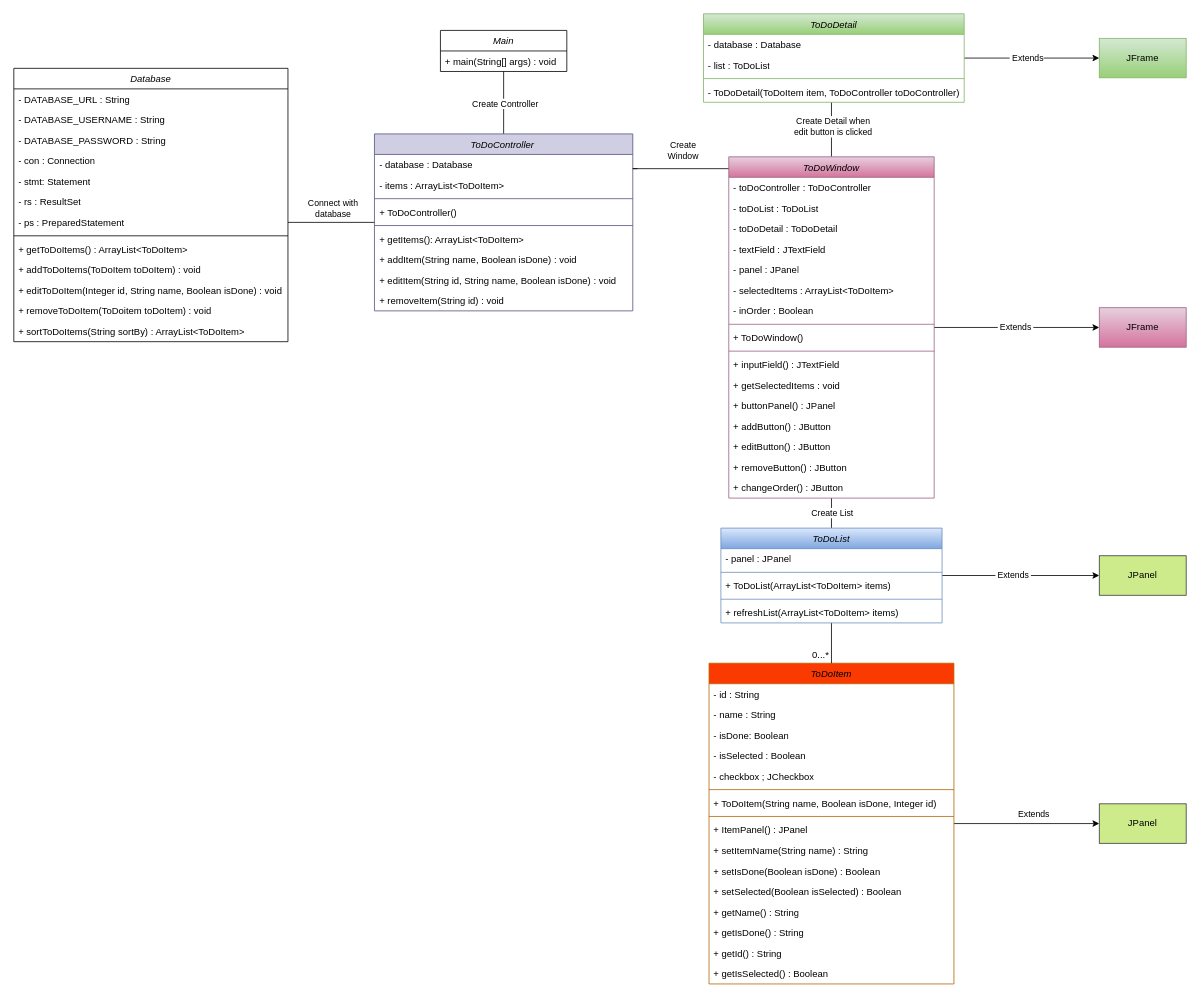
This is src/main/resources/ToDoListJava_V3.drawio from Chrinsieboy/ToDoListJavav2, a draw.io file, before an edit. Source tidied: cells renumbered, new cells numbered last; positions are measured from the earlier drawing's top-left corner, leaving out a move shared by most shapes. Both pictures are drawn from the tidied source at 79%, with x=0, y=0 at pixel (13, 13).
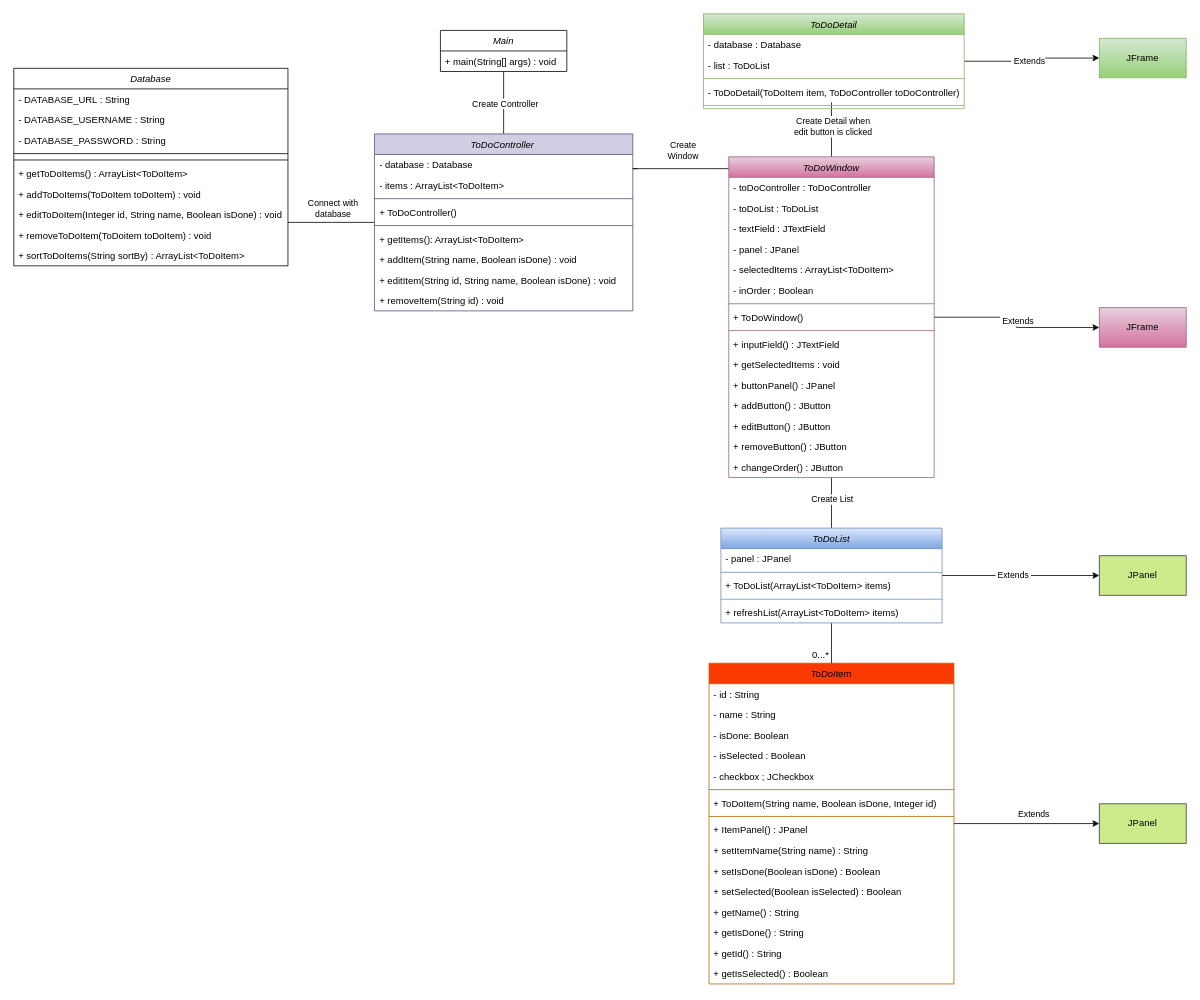
Above is the later version.

Unchanged cells that the change refers to:
```xml
<mxCell id="8" value="&lt;span style=&quot;font-weight: normal;&quot;&gt;&lt;i&gt;ToDoController&amp;nbsp;&lt;/i&gt;&lt;/span&gt;" style="swimlane;fontStyle=1;align=center;verticalAlign=top;horizontal=1;startSize=26;whiteSpace=wrap;html=1;swimlaneFillColor=none;fillStyle=auto;fillColor=#d0cee2;strokeColor=#56517e;" parent="1" vertex="1">
  <mxGeometry x="456.5" y="152" width="327" height="224" as="geometry" />
</mxCell>
```

Diff of the diagram source:
```diff
@@
-    <mxCell id="6" style="edgeStyle=orthogonalEdgeStyle;rounded=0;jettySize=auto;html=1;entryX=1;entryY=0.5;entryDx=0;entryDy=0;endArrow=none;endFill=0;" parent="1" edge="1" source="8" target="44">
-      <mxGeometry relative="1" as="geometry" />
+    <mxCell id="6" style="edgeStyle=orthogonalEdgeStyle;rounded=0;jettySize=auto;html=1;entryX=1;entryY=0.5;entryDx=0;entryDy=0;endArrow=none;endFill=0;" parent="1" edge="1" source="8">
+      <mxGeometry relative="1" as="geometry">
+        <mxPoint x="347" y="264" as="targetPoint" />
+      </mxGeometry>
     </mxCell>
@@
     <mxCell id="37" value="&lt;span style=&quot;font-weight: normal;&quot;&gt;&lt;i&gt;Database&lt;/i&gt;&lt;/span&gt;" style="swimlane;fontStyle=1;align=center;verticalAlign=top;horizontal=1;startSize=26;whiteSpace=wrap;html=1;" parent="1" vertex="1">
-      <mxGeometry y="69" width="347" height="346" as="geometry" />
+      <mxGeometry y="69" width="347" height="250" as="geometry" />
     </mxCell>
@@
-    <mxCell id="41" value="- con : Connection" style="text;strokeColor=none;fillColor=none;align=left;verticalAlign=top;spacingLeft=4;spacingRight=4;overflow=hidden;whiteSpace=wrap;html=1;" parent="37" vertex="1">
-      <mxGeometry y="104" width="347" height="26" as="geometry" />
-    </mxCell>
-    <mxCell id="42" value="- stmt: Statement" style="text;strokeColor=none;fillColor=none;align=left;verticalAlign=top;spacingLeft=4;spacingRight=4;overflow=hidden;whiteSpace=wrap;html=1;" parent="37" vertex="1">
-      <mxGeometry y="130" width="347" height="26" as="geometry" />
-    </mxCell>
-    <mxCell id="43" value="- rs : ResultSet" style="text;strokeColor=none;fillColor=none;align=left;verticalAlign=top;spacingLeft=4;spacingRight=4;overflow=hidden;whiteSpace=wrap;html=1;" parent="37" vertex="1">
-      <mxGeometry y="156" width="347" height="26" as="geometry" />
-    </mxCell>
-    <mxCell id="44" value="- ps : PreparedStatement" style="text;strokeColor=none;fillColor=none;align=left;verticalAlign=top;spacingLeft=4;spacingRight=4;overflow=hidden;points=[[0,0.5],[1,0.5]];portConstraint=eastwest;whiteSpace=wrap;html=1;" parent="37" vertex="1">
-      <mxGeometry y="182" width="347" height="26" as="geometry" />
-    </mxCell>
     <mxCell id="45" style="line;strokeWidth=1;fillColor=none;align=left;verticalAlign=middle;spacingTop=-1;spacingLeft=3;spacingRight=3;labelPosition=right;strokeColor=inherit;" parent="37" vertex="1">
-      <mxGeometry y="208" width="347" height="8" as="geometry" />
+      <mxGeometry y="104" width="347" height="8" as="geometry" />
     </mxCell>
+    <mxCell id="98" style="line;strokeWidth=1;fillColor=none;align=left;verticalAlign=middle;spacingTop=-1;spacingLeft=3;spacingRight=3;labelPosition=right;strokeColor=inherit;" parent="37" vertex="1">
+      <mxGeometry y="112" width="347" height="8" as="geometry" />
+    </mxCell>
     <mxCell id="46" value="+&amp;nbsp;getToDoItems() : ArrayList&amp;lt;ToDoItem&amp;gt;" style="text;strokeColor=none;fillColor=none;align=left;verticalAlign=top;spacingLeft=4;spacingRight=4;overflow=hidden;whiteSpace=wrap;html=1;" parent="37" vertex="1">
-      <mxGeometry y="216" width="347" height="26" as="geometry" />
+      <mxGeometry y="120" width="347" height="26" as="geometry" />
     </mxCell>
     <mxCell id="47" value="+&amp;nbsp;addToDoItems(ToDoItem toDoItem) : void" style="text;strokeColor=none;fillColor=none;align=left;verticalAlign=top;spacingLeft=4;spacingRight=4;overflow=hidden;whiteSpace=wrap;html=1;" parent="37" vertex="1">
-      <mxGeometry y="242" width="347" height="26" as="geometry" />
+      <mxGeometry y="146" width="347" height="26" as="geometry" />
     </mxCell>
     <mxCell id="48" value="+&amp;nbsp;editToDoItem(Integer id, String name, Boolean isDone) : void" style="text;strokeColor=none;fillColor=none;align=left;verticalAlign=top;spacingLeft=4;spacingRight=4;overflow=hidden;whiteSpace=wrap;html=1;" parent="37" vertex="1">
-      <mxGeometry y="268" width="347" height="26" as="geometry" />
+      <mxGeometry y="172" width="347" height="26" as="geometry" />
     </mxCell>
     <mxCell id="49" value="+&amp;nbsp;removeToDoItem(ToDoitem toDoItem) : void" style="text;strokeColor=none;fillColor=none;align=left;verticalAlign=top;spacingLeft=4;spacingRight=4;overflow=hidden;whiteSpace=wrap;html=1;" parent="37" vertex="1">
-      <mxGeometry y="294" width="347" height="26" as="geometry" />
+      <mxGeometry y="198" width="347" height="26" as="geometry" />
     </mxCell>
     <mxCell id="50" value="+&amp;nbsp;sortToDoItems(String sortBy) : ArrayList&amp;lt;ToDoItem&amp;gt;" style="text;strokeColor=none;fillColor=none;align=left;verticalAlign=top;spacingLeft=4;spacingRight=4;overflow=hidden;whiteSpace=wrap;html=1;" parent="37" vertex="1">
-      <mxGeometry y="320" width="347" height="26" as="geometry" />
+      <mxGeometry y="224" width="347" height="26" as="geometry" />
     </mxCell>
@@
     <mxCell id="59" value="&lt;span style=&quot;font-weight: normal;&quot;&gt;&lt;i&gt;ToDoWindow&lt;/i&gt;&lt;/span&gt;" style="swimlane;fontStyle=1;align=center;verticalAlign=top;horizontal=1;startSize=26;whiteSpace=wrap;html=1;fillColor=#e6d0de;gradientColor=#d5739d;strokeColor=#996185;" parent="1" vertex="1">
-      <mxGeometry x="905" y="181" width="260" height="432" as="geometry" />
+      <mxGeometry x="905" y="181" width="260" height="406" as="geometry" />
     </mxCell>
@@
-    <mxCell id="62" value="- toDoDetail : ToDoDetail" style="text;strokeColor=none;fillColor=none;align=left;verticalAlign=top;spacingLeft=4;spacingRight=4;overflow=hidden;whiteSpace=wrap;html=1;" parent="59" vertex="1">
-      <mxGeometry y="78" width="260" height="26" as="geometry" />
-    </mxCell>
     <mxCell id="63" value="- textField : JTextField" style="text;strokeColor=none;fillColor=none;align=left;verticalAlign=top;spacingLeft=4;spacingRight=4;overflow=hidden;whiteSpace=wrap;html=1;" parent="59" vertex="1">
-      <mxGeometry y="104" width="260" height="26" as="geometry" />
+      <mxGeometry y="78" width="260" height="26" as="geometry" />
     </mxCell>
     <mxCell id="64" value="- panel : JPanel" style="text;strokeColor=none;fillColor=none;align=left;verticalAlign=top;spacingLeft=4;spacingRight=4;overflow=hidden;whiteSpace=wrap;html=1;" parent="59" vertex="1">
-      <mxGeometry y="130" width="260" height="26" as="geometry" />
+      <mxGeometry y="104" width="260" height="26" as="geometry" />
     </mxCell>
     <mxCell id="65" value="- selectedItems : ArrayList&amp;lt;ToDoItem&amp;gt;" style="text;strokeColor=none;fillColor=none;align=left;verticalAlign=top;spacingLeft=4;spacingRight=4;overflow=hidden;whiteSpace=wrap;html=1;" parent="59" vertex="1">
-      <mxGeometry y="156" width="260" height="26" as="geometry" />
+      <mxGeometry y="130" width="260" height="26" as="geometry" />
     </mxCell>
     <mxCell id="66" value="- inOrder : Boolean" style="text;strokeColor=none;fillColor=none;align=left;verticalAlign=top;spacingLeft=4;spacingRight=4;overflow=hidden;whiteSpace=wrap;html=1;" parent="59" vertex="1">
-      <mxGeometry y="182" width="260" height="26" as="geometry" />
+      <mxGeometry y="156" width="260" height="26" as="geometry" />
     </mxCell>
     <mxCell id="67" style="line;strokeWidth=1;fillColor=none;align=left;verticalAlign=middle;spacingTop=-1;spacingLeft=3;spacingRight=3;labelPosition=right;strokeColor=inherit;" parent="59" vertex="1">
-      <mxGeometry y="208" width="260" height="8" as="geometry" />
+      <mxGeometry y="182" width="260" height="8" as="geometry" />
     </mxCell>
     <mxCell id="68" value="+ ToDoWindow()" style="text;strokeColor=none;fillColor=none;align=left;verticalAlign=top;spacingLeft=4;spacingRight=4;overflow=hidden;whiteSpace=wrap;html=1;" parent="59" vertex="1">
-      <mxGeometry y="216" width="260" height="26" as="geometry" />
+      <mxGeometry y="190" width="260" height="26" as="geometry" />
     </mxCell>
     <mxCell id="69" style="line;strokeWidth=1;fillColor=none;align=left;verticalAlign=middle;spacingTop=-1;spacingLeft=3;spacingRight=3;labelPosition=right;strokeColor=inherit;" parent="59" vertex="1">
-      <mxGeometry y="242" width="260" height="8" as="geometry" />
+      <mxGeometry y="216" width="260" height="8" as="geometry" />
     </mxCell>
     <mxCell id="70" value="+ inputField() : JTextField" style="text;strokeColor=none;fillColor=none;align=left;verticalAlign=top;spacingLeft=4;spacingRight=4;overflow=hidden;whiteSpace=wrap;html=1;" parent="59" vertex="1">
-      <mxGeometry y="250" width="260" height="26" as="geometry" />
+      <mxGeometry y="224" width="260" height="26" as="geometry" />
     </mxCell>
     <mxCell id="71" value="+ getSelectedItems : void" style="text;strokeColor=none;fillColor=none;align=left;verticalAlign=top;spacingLeft=4;spacingRight=4;overflow=hidden;whiteSpace=wrap;html=1;" parent="59" vertex="1">
-      <mxGeometry y="276" width="260" height="26" as="geometry" />
+      <mxGeometry y="250" width="260" height="26" as="geometry" />
     </mxCell>
     <mxCell id="72" value="+ buttonPanel() : JPanel" style="text;strokeColor=none;fillColor=none;align=left;verticalAlign=top;spacingLeft=4;spacingRight=4;overflow=hidden;whiteSpace=wrap;html=1;" parent="59" vertex="1">
-      <mxGeometry y="302" width="260" height="26" as="geometry" />
+      <mxGeometry y="276" width="260" height="26" as="geometry" />
     </mxCell>
     <mxCell id="73" value="+ addButton() : JButton" style="text;strokeColor=none;fillColor=none;align=left;verticalAlign=top;spacingLeft=4;spacingRight=4;overflow=hidden;whiteSpace=wrap;html=1;" parent="59" vertex="1">
-      <mxGeometry y="328" width="260" height="26" as="geometry" />
+      <mxGeometry y="302" width="260" height="26" as="geometry" />
     </mxCell>
     <mxCell id="74" value="+ editButton() : JButton" style="text;strokeColor=none;fillColor=none;align=left;verticalAlign=top;spacingLeft=4;spacingRight=4;overflow=hidden;whiteSpace=wrap;html=1;" parent="59" vertex="1">
-      <mxGeometry y="354" width="260" height="26" as="geometry" />
+      <mxGeometry y="328" width="260" height="26" as="geometry" />
     </mxCell>
     <mxCell id="75" value="+ removeButton() : JButton" style="text;strokeColor=none;fillColor=none;align=left;verticalAlign=top;spacingLeft=4;spacingRight=4;overflow=hidden;whiteSpace=wrap;html=1;" parent="59" vertex="1">
-      <mxGeometry y="380" width="260" height="26" as="geometry" />
+      <mxGeometry y="354" width="260" height="26" as="geometry" />
     </mxCell>
     <mxCell id="76" value="+ changeOrder() : JButton" style="text;strokeColor=none;fillColor=none;align=left;verticalAlign=top;spacingLeft=4;spacingRight=4;overflow=hidden;whiteSpace=wrap;html=1;" parent="59" vertex="1">
-      <mxGeometry y="406" width="260" height="26" as="geometry" />
+      <mxGeometry y="380" width="260" height="26" as="geometry" />
     </mxCell>
@@
     <mxCell id="92" value="&lt;span style=&quot;font-weight: normal;&quot;&gt;&lt;i&gt;ToDoDetail&lt;/i&gt;&lt;/span&gt;" style="swimlane;fontStyle=1;align=center;verticalAlign=top;horizontal=1;startSize=26;whiteSpace=wrap;html=1;fillColor=#d5e8d4;strokeColor=#82b366;gradientColor=#97d077;" parent="1" vertex="1">
-      <mxGeometry x="873" width="330" height="112" as="geometry" />
+      <mxGeometry x="873" width="330" height="120" as="geometry" />
     </mxCell>
@@
+    <mxCell id="99" style="line;strokeWidth=1;fillColor=none;align=left;verticalAlign=middle;spacingTop=-1;spacingLeft=3;spacingRight=3;labelPosition=right;strokeColor=inherit;" parent="92" vertex="1">
+      <mxGeometry y="112" width="330" height="8" as="geometry" />
+    </mxCell>
```
